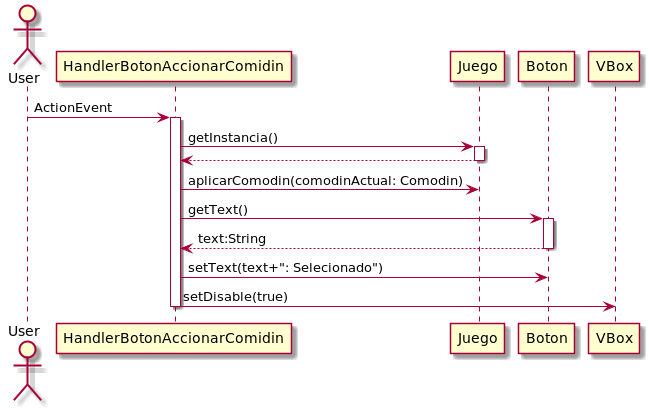
Alex1161/TP2 keeps this PlantUML diagram as src/main/java/edu/fiuba/algo3/Diagramas/png/DSAccionoComidin.png. Above is the earlier version.
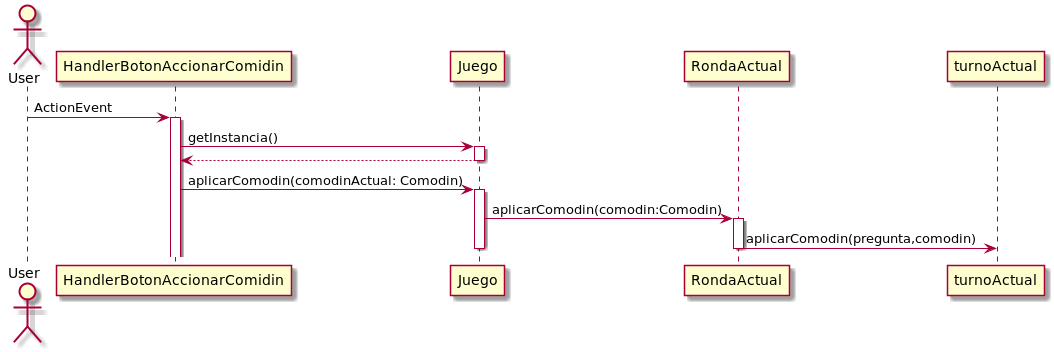
After the change.

Commit message:
modifico diagramas

The edit, as a diff of the source:
```diff
@@ -9,12 +9,13 @@
 
 HandlerBotonAccionarComidin -> Juego : aplicarComodin(comodinActual: Comodin)
 
-HandlerBotonAccionarComidin->Boton:getText()
-activate Boton
-Boton -->HandlerBotonAccionarComidin:text:String
-deactivate Boton
-HandlerBotonAccionarComidin-> Boton: setText(text+": Selecionado")
+activate Juego
+Juego ->RondaActual:aplicarComodin(comodin:Comodin)
+activate RondaActual
+RondaActual ->turnoActual:aplicarComodin(pregunta,comodin)
 
-HandlerBotonAccionarComidin -> VBox:setDisable(true)
-deactivate
+
+deactivate Juego
+deactivate RondaActual
+
 @enduml
```
